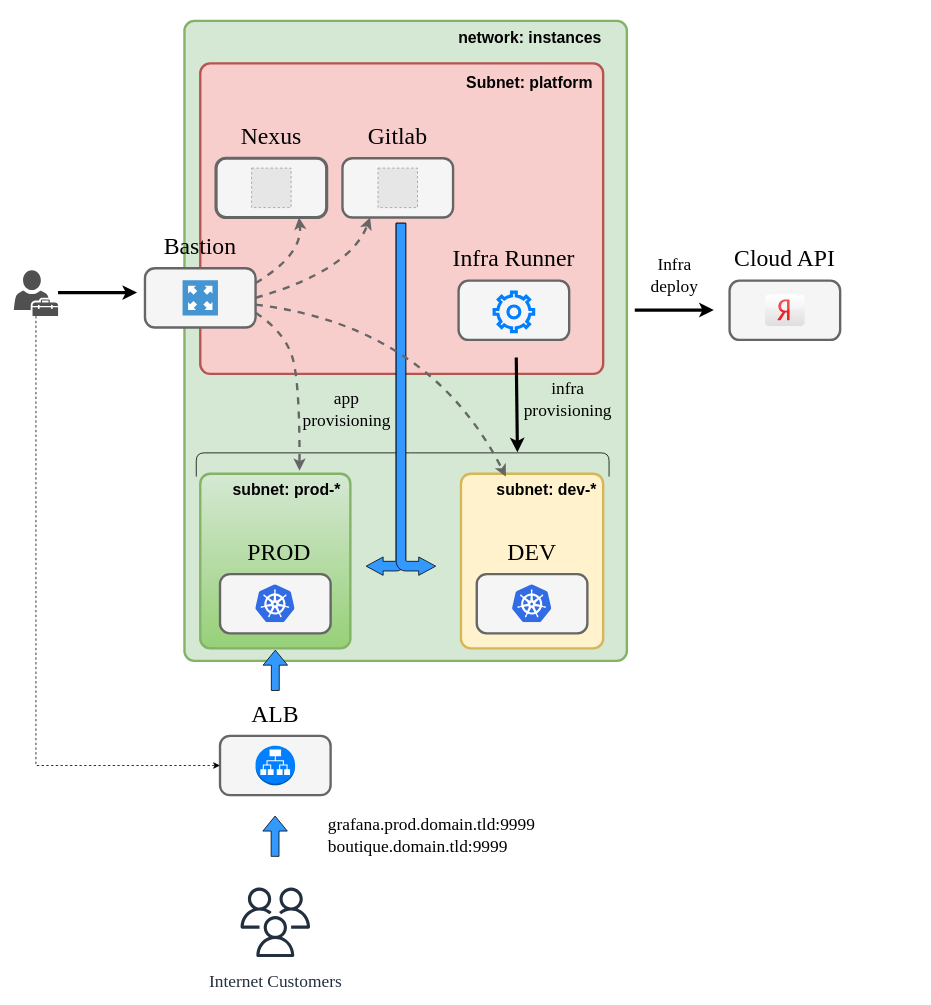
This is docs/scheme.drawio from Kraktorist/build-stack, a draw.io file, before an edit. Source tidied: cells renumbered, new cells numbered last; positions are measured from the earlier drawing's top-left corner, leaving out a move shared by most shapes. Both pictures are drawn from the tidied source at 79%, with x=0, y=0 at pixel (13, 17). Pictures stored in the file or linked from it are replaced by grey dashed boxes.
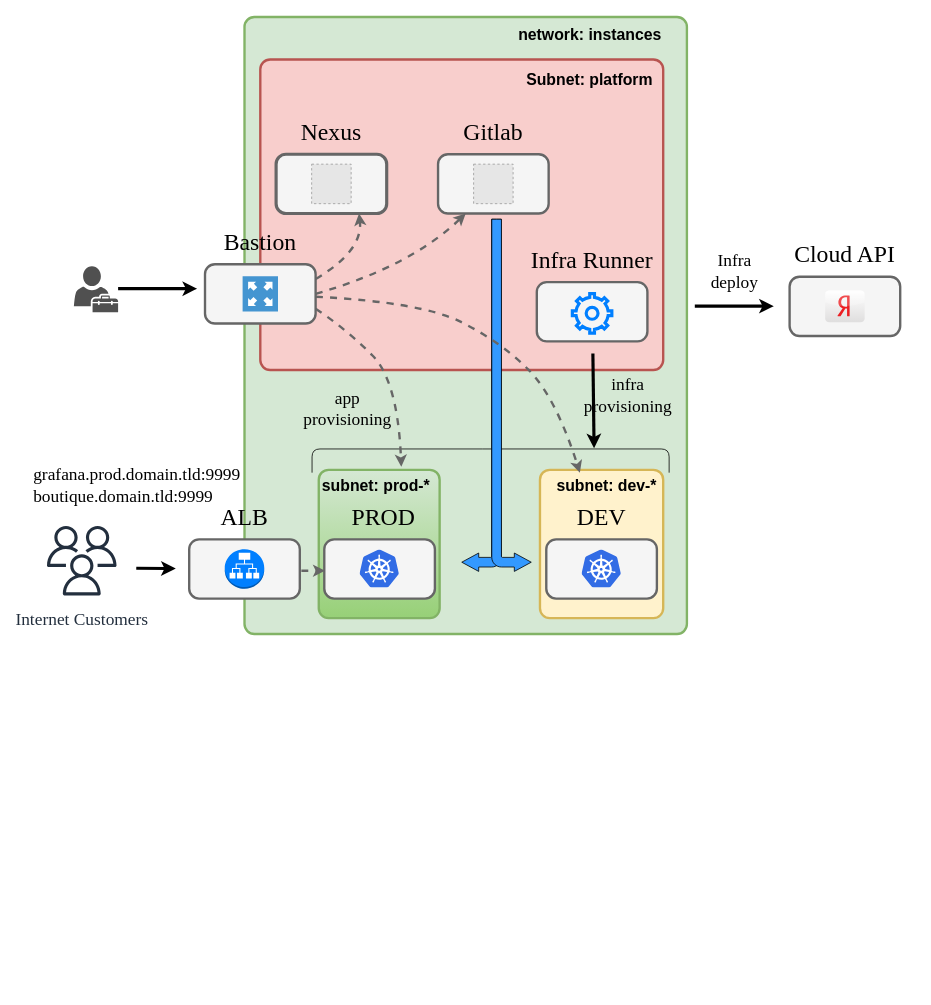
The same diagram, later.

Commit message (it also covers changes not shown here):
docs scheme formatting

Unchanged cells that the change refers to:
```xml
<mxCell id="9" style="rounded=1;fontSize=26;arcSize=25;absoluteArcSize=1;fillColor=#f5f5f5;fontColor=#000000;strokeColor=#666666;align=right;fontStyle=1;verticalAlign=middle;horizontal=1;html=1;whiteSpace=wrap;fontFamily=Times New Roman;spacingRight=14;spacingBottom=10;strokeWidth=3;" parent="8" vertex="1">
  <mxGeometry width="140" height="75" as="geometry" />
</mxCell>
<mxCell id="19" style="rounded=1;fontSize=26;arcSize=25;absoluteArcSize=1;fillColor=#f5f5f5;fontColor=#000000;strokeColor=#666666;align=right;fontStyle=1;verticalAlign=middle;horizontal=1;html=1;whiteSpace=wrap;fontFamily=Times New Roman;spacingRight=14;spacingBottom=10;strokeWidth=4;" parent="18" vertex="1">
  <mxGeometry width="140" height="75" as="geometry" />
</mxCell>
<mxCell id="36" style="rounded=1;fontSize=26;arcSize=25;absoluteArcSize=1;fillColor=#f5f5f5;fontColor=#000000;strokeColor=#666666;align=right;fontStyle=1;verticalAlign=middle;horizontal=1;html=1;whiteSpace=wrap;fontFamily=Times New Roman;spacingRight=14;spacingBottom=10;strokeWidth=3;" parent="35" vertex="1">
  <mxGeometry width="140" height="75" as="geometry" />
</mxCell>
<mxCell id="61" style="rounded=1;fontSize=26;arcSize=25;absoluteArcSize=1;fillColor=#f5f5f5;fontColor=#000000;strokeColor=#666666;align=right;fontStyle=1;verticalAlign=middle;horizontal=1;html=1;whiteSpace=wrap;fontFamily=Times New Roman;spacingRight=14;spacingBottom=10;strokeWidth=3;" parent="60" vertex="1">
  <mxGeometry width="140" height="75" as="geometry" />
</mxCell>
<mxCell id="63" value="ALB" style="text;html=1;strokeColor=none;fillColor=none;align=center;verticalAlign=middle;whiteSpace=wrap;rounded=0;labelBackgroundColor=none;sketch=0;strokeWidth=4;fontFamily=Times New Roman;fontSize=30;fontColor=default;" parent="59" vertex="1">
  <mxGeometry x="15" width="110" height="57" as="geometry" />
</mxCell>
```

Change to the diagram source:
```diff
@@
     <mxCell id="2" style="rounded=1;whiteSpace=wrap;html=1;fillColor=#d5e8d4;strokeColor=#82b366;absoluteArcSize=1;arcSize=25;strokeWidth=3;" parent="1" vertex="1">
-      <mxGeometry x="216" y="4" width="560" height="810" as="geometry" />
+      <mxGeometry x="292" y="-1" width="560" height="781" as="geometry" />
     </mxCell>
     <mxCell id="3" style="rounded=1;whiteSpace=wrap;html=1;fillColor=#f8cecc;strokeColor=#b85450;absoluteArcSize=1;arcSize=25;fontColor=#000000;strokeWidth=3;" parent="1" vertex="1">
-      <mxGeometry x="236" y="57.8" width="510" height="393" as="geometry" />
+      <mxGeometry x="312" y="52.8" width="510" height="393" as="geometry" />
     </mxCell>
     <mxCell id="4" style="rounded=1;whiteSpace=wrap;html=1;fillColor=#fff2cc;strokeColor=#d6b656;absoluteArcSize=1;arcSize=25;fontColor=#000000;strokeWidth=3;" parent="1" vertex="1">
-      <mxGeometry x="566" y="577.2" width="180" height="221" as="geometry" />
+      <mxGeometry x="666" y="572.2" width="156" height="187.8" as="geometry" />
     </mxCell>
     <mxCell id="5" value="subnet: dev-*" style="text;html=1;strokeColor=none;fillColor=none;align=right;verticalAlign=middle;whiteSpace=wrap;rounded=0;fontSize=20;fontStyle=1;fontColor=#000000;" parent="1" vertex="1">
-      <mxGeometry x="600" y="577.2" width="140" height="40" as="geometry" />
+      <mxGeometry x="676" y="572.2" width="140" height="40" as="geometry" />
     </mxCell>
     <mxCell id="6" value="Subnet: platform" style="text;html=1;strokeColor=none;fillColor=none;align=center;verticalAlign=middle;whiteSpace=wrap;rounded=0;fontSize=20;fontStyle=1;fontColor=#000000;" parent="1" vertex="1">
-      <mxGeometry x="566" y="57" width="174" height="50" as="geometry" />
+      <mxGeometry x="642" y="52" width="174" height="50" as="geometry" />
     </mxCell>
     <mxCell id="7" style="group;" parent="1" vertex="1">
-      <mxGeometry x="166" y="260" width="140" height="132" as="geometry" />
+      <mxGeometry x="242" y="255" width="140" height="132" as="geometry" />
     </mxCell>
@@
     <mxCell id="12" style="group;strokeWidth=3;" parent="1" vertex="1">
-      <mxGeometry x="563" y="275.8" width="180" height="132" as="geometry" />
+      <mxGeometry x="662" y="277.6" width="180" height="132" as="geometry" />
     </mxCell>
@@
     <mxCell id="17" style="group;" parent="1" vertex="1">
-      <mxGeometry x="256" y="120.8" width="180" height="132" as="geometry" />
+      <mxGeometry x="332" y="115.8" width="180" height="132" as="geometry" />
     </mxCell>
@@
     <mxCell id="22" style="group;" parent="1" vertex="1">
-      <mxGeometry x="586" y="647.2" width="180" height="132" as="geometry" />
+      <mxGeometry x="674" y="603.2" width="180" height="132" as="geometry" />
     </mxCell>
@@
     <mxCell id="27" style="rounded=1;whiteSpace=wrap;html=1;fillColor=#d5e8d4;strokeColor=#82b366;absoluteArcSize=1;arcSize=25;gradientColor=#97d077;strokeWidth=3;" parent="1" vertex="1">
-      <mxGeometry x="236" y="577.2" width="190" height="221" as="geometry" />
+      <mxGeometry x="386" y="572.2" width="153" height="187.8" as="geometry" />
     </mxCell>
     <mxCell id="28" value="subnet: prod-*" style="text;html=1;strokeColor=none;fillColor=none;align=right;verticalAlign=middle;whiteSpace=wrap;rounded=0;fontSize=20;fontStyle=1;fontColor=#000000;" parent="1" vertex="1">
-      <mxGeometry x="256" y="577.2" width="160" height="40" as="geometry" />
+      <mxGeometry x="369" y="572.2" width="160" height="40" as="geometry" />
     </mxCell>
     <mxCell id="29" style="group;" parent="1" vertex="1">
-      <mxGeometry x="296" y="647.2" width="180" height="132" as="geometry" />
+      <mxGeometry x="428" y="603.2" width="180" height="132" as="geometry" />
     </mxCell>
@@
     <mxCell id="34" style="group;" parent="1" vertex="1">
-      <mxGeometry x="406" y="120.8" width="160" height="132" as="geometry" />
+      <mxGeometry x="527" y="115.8" width="160" height="132" as="geometry" />
     </mxCell>
@@
     <mxCell id="39" style="group;" parent="1" vertex="1">
-      <mxGeometry x="896" y="275.8" width="172.4" height="145.7" as="geometry" />
+      <mxGeometry x="972" y="270.8" width="172.4" height="145.7" as="geometry" />
     </mxCell>
@@
     <mxCell id="44" value="Infra&lt;br style=&quot;font-size: 22px;&quot;&gt;deploy" style="text;html=1;align=center;verticalAlign=middle;strokeColor=none;fillColor=none;fontSize=22;fontFamily=Times New Roman;fontColor=default;" parent="1" vertex="1">
-      <mxGeometry x="796" y="291" width="80" height="70" as="geometry" />
+      <mxGeometry x="872" y="286" width="80" height="70" as="geometry" />
     </mxCell>
-    <mxCell id="45" style="endArrow=none;html=1;rounded=0;fontFamily=Times New Roman;fontSize=30;fontColor=default;strokeWidth=4;startArrow=classic;startFill=1;endFill=0;exitX=-0.025;exitY=0.778;exitDx=0;exitDy=0;exitPerimeter=0;" parent="1" edge="1" source="47">
+    <mxCell id="45" style="endArrow=none;html=1;rounded=0;fontFamily=Times New Roman;fontSize=30;fontColor=default;strokeWidth=4;startArrow=classic;startFill=1;endFill=0;exitX=-0.025;exitY=0.778;exitDx=0;exitDy=0;exitPerimeter=0;" parent="1" edge="1">
       <mxGeometry relative="1" as="geometry">
-        <mxPoint x="636" y="430" as="targetPoint" />
+        <mxPoint x="734.5" y="545" as="sourcePoint" />
+        <mxPoint x="733" y="425" as="targetPoint" />
       </mxGeometry>
     </mxCell>
     <mxCell id="46" value="infra&lt;br&gt;provisioning" style="text;html=1;align=center;verticalAlign=middle;strokeColor=none;fillColor=none;fontSize=22;fontFamily=Times New Roman;fontColor=default;" parent="1" vertex="1">
-      <mxGeometry x="636" y="447.9" width="130" height="70" as="geometry" />
+      <mxGeometry x="712" y="442.9" width="130" height="70" as="geometry" />
     </mxCell>
     <mxCell id="47" style="shape=curlyBracket;whiteSpace=wrap;html=1;rounded=1;flipH=1;labelBackgroundColor=none;sketch=0;strokeColor=default;strokeWidth=1;fontFamily=Times New Roman;fontSize=22;fontColor=default;fillColor=#3399FF;rotation=-90;size=0;" parent="1" vertex="1">
-      <mxGeometry x="477.2" y="304.5" width="30" height="522.5" as="geometry" />
+      <mxGeometry x="588.5" y="334.8" width="30" height="452" as="geometry" />
     </mxCell>
     <mxCell id="48" style="group;" parent="1" vertex="1">
-      <mxGeometry x="446" y="260" width="88" height="445.8" as="geometry" />
+      <mxGeometry x="567" y="255" width="88" height="445.8" as="geometry" />
     </mxCell>
@@
     <mxCell id="51" value="app&lt;br&gt;provisioning" style="text;html=1;align=center;verticalAlign=middle;strokeColor=none;fillColor=none;fontSize=22;fontFamily=Times New Roman;fontColor=default;" parent="1" vertex="1">
-      <mxGeometry x="356" y="460.8" width="130" height="70" as="geometry" />
+      <mxGeometry x="357" y="460" width="130" height="70" as="geometry" />
     </mxCell>
     <mxCell id="52" style="endArrow=classic;html=1;rounded=0;fontFamily=Times New Roman;fontSize=30;fontColor=default;strokeWidth=4;" parent="1" edge="1">
       <mxGeometry relative="1" as="geometry">
-        <mxPoint x="786" y="370" as="sourcePoint" />
-        <mxPoint x="886" y="370" as="targetPoint" />
+        <mxPoint x="862" y="365" as="sourcePoint" />
+        <mxPoint x="962" y="365" as="targetPoint" />
       </mxGeometry>
     </mxCell>
     <mxCell id="53" value="network: instances" style="text;html=1;strokeColor=none;fillColor=none;align=center;verticalAlign=middle;whiteSpace=wrap;rounded=0;fontSize=20;fontStyle=1;fontColor=#000000;" parent="1" vertex="1">
-      <mxGeometry x="554.5" width="197" height="50" as="geometry" />
+      <mxGeometry x="630.5" y="-5" width="197" height="50" as="geometry" />
     </mxCell>
     <mxCell id="54" style="curved=1;endArrow=classic;html=1;rounded=0;exitX=1;exitY=0.25;exitDx=0;exitDy=0;entryX=0.75;entryY=1;entryDx=0;entryDy=0;strokeColor=#666666;strokeWidth=3;dashed=1;" parent="1" edge="1" source="9" target="19">
       <mxGeometry relative="1" as="geometry">
         <Array as="points">
-          <mxPoint x="366" y="300" />
+          <mxPoint x="442" y="295" />
         </Array>
       </mxGeometry>
     </mxCell>
     <mxCell id="55" style="curved=1;endArrow=classic;html=1;rounded=0;exitX=1;exitY=0.5;exitDx=0;exitDy=0;entryX=0.25;entryY=1;entryDx=0;entryDy=0;strokeColor=#666666;strokeWidth=3;dashed=1;" parent="1" edge="1" source="9" target="36">
       <mxGeometry relative="1" as="geometry">
         <Array as="points">
-          <mxPoint x="426" y="320" />
+          <mxPoint x="502" y="315" />
         </Array>
       </mxGeometry>
     </mxCell>
     <mxCell id="56" style="curved=1;endArrow=classic;html=1;rounded=0;entryX=0;entryY=0.75;entryDx=0;entryDy=0;strokeColor=#666666;strokeWidth=3;dashed=1;" parent="1" edge="1" source="9" target="47">
       <mxGeometry relative="1" as="geometry">
         <Array as="points">
-          <mxPoint x="526" y="390" />
+          <mxPoint x="516" y="360" />
+          <mxPoint x="616" y="410" />
+          <mxPoint x="686" y="480" />
         </Array>
       </mxGeometry>
     </mxCell>
-    <mxCell id="57" style="curved=1;endArrow=classic;html=1;rounded=0;exitX=1;exitY=0.75;exitDx=0;exitDy=0;entryX=0.75;entryY=0.25;entryDx=0;entryDy=0;entryPerimeter=0;strokeColor=#666666;strokeWidth=3;dashed=1;" parent="1" edge="1" source="9" target="47">
+    <mxCell id="57" style="curved=1;endArrow=classic;html=1;rounded=0;exitX=1;exitY=0.75;exitDx=0;exitDy=0;strokeColor=#666666;strokeWidth=3;dashed=1;entryX=0.75;entryY=0.25;entryDx=0;entryDy=0;entryPerimeter=0;" parent="1" edge="1" source="9" target="47">
       <mxGeometry relative="1" as="geometry">
         <Array as="points">
-          <mxPoint x="346" y="400" />
-          <mxPoint x="362" y="470" />
+          <mxPoint x="422" y="395" />
+          <mxPoint x="486" y="460" />
         </Array>
       </mxGeometry>
     </mxCell>
     <mxCell id="58" style="endArrow=classic;html=1;rounded=0;fontFamily=Times New Roman;fontSize=30;fontColor=default;strokeWidth=4;" parent="1" edge="1">
       <mxGeometry relative="1" as="geometry">
-        <mxPoint x="56" y="347.9" as="sourcePoint" />
-        <mxPoint x="156" y="347.9" as="targetPoint" />
+        <mxPoint x="132" y="342.9" as="sourcePoint" />
+        <mxPoint x="232" y="342.9" as="targetPoint" />
       </mxGeometry>
     </mxCell>
     <mxCell id="59" style="group;" parent="1" vertex="1">
-      <mxGeometry x="261" y="852" width="180" height="132" as="geometry" />
+      <mxGeometry x="222" y="603.2" width="180" height="132" as="geometry" />
     </mxCell>
@@
-    <mxCell id="64" style="shape=flexArrow;endArrow=classic;html=1;rounded=0;strokeColor=#000000;fillColor=#3399FF;" parent="1" edge="1" source="63">
-      <mxGeometry relative="1" as="geometry">
-        <mxPoint x="331" y="800" as="targetPoint" />
-      </mxGeometry>
-    </mxCell>
     <mxCell id="65" value="grafana.prod.domain.tld:9999&lt;br&gt;boutique.domain.tld:9999" style="text;html=1;align=left;verticalAlign=middle;strokeColor=none;fillColor=none;fontSize=22;fontFamily=Times New Roman;fontColor=default;" parent="1" vertex="1">
-      <mxGeometry x="396" y="1000" width="290" height="70" as="geometry" />
+      <mxGeometry x="23" y="557.2" width="290" height="70" as="geometry" />
     </mxCell>
-    <mxCell id="66" style="edgeStyle=orthogonalEdgeStyle;rounded=0;jettySize=auto;html=1;entryX=0;entryY=0.5;entryDx=0;entryDy=0;dashed=1;strokeColor=#000000;fontFamily=Times New Roman;fontSize=22;fillColor=#3399FF;" parent="1" edge="1" source="67" target="61">
-      <mxGeometry relative="1" as="geometry">
-        <Array as="points">
-          <mxPoint x="28" y="947" />
-          <mxPoint x="261" y="947" />
-        </Array>
-      </mxGeometry>
-    </mxCell>
     <mxCell id="67" style="sketch=0;shadow=0;dashed=0;html=1;strokeColor=none;fillColor=#505050;labelPosition=center;verticalLabelPosition=bottom;verticalAlign=top;outlineConnect=0;align=center;shape=mxgraph.office.users.tenant_admin;" parent="1" vertex="1">
-      <mxGeometry y="319.6" width="56" height="58" as="geometry" />
+      <mxGeometry x="76" y="314.6" width="56" height="58" as="geometry" />
     </mxCell>
     <mxCell id="68" value="Internet Customers&lt;br style=&quot;font-size: 22px;&quot;&gt;" style="sketch=0;fontColor=#232F3E;gradientColor=none;strokeColor=#232F3E;fillColor=#ffffff;dashed=0;verticalLabelPosition=bottom;verticalAlign=top;align=center;html=1;fontSize=22;fontStyle=0;shape=mxgraph.aws4.resourceIcon;resIcon=mxgraph.aws4.users;fontFamily=Times New Roman;" parent="1" vertex="1">
-      <mxGeometry x="276" y="1090" width="110" height="110" as="geometry" />
+      <mxGeometry x="31" y="632.2" width="110" height="110" as="geometry" />
     </mxCell>
-    <mxCell id="69" style="shape=flexArrow;endArrow=classic;html=1;rounded=0;strokeColor=#000000;fillColor=#3399FF;" parent="1" edge="1">
-      <mxGeometry relative="1" as="geometry">
-        <mxPoint x="330.7" y="1062" as="sourcePoint" />
-        <mxPoint x="330.7" y="1010" as="targetPoint" />
-      </mxGeometry>
-    </mxCell>
+    <mxCell id="70" style="endArrow=classic;html=1;rounded=0;fontFamily=Times New Roman;fontSize=30;fontColor=default;strokeWidth=4;" parent="1" edge="1">
+      <mxGeometry relative="1" as="geometry">
+        <mxPoint x="155" y="696.8" as="sourcePoint" />
+        <mxPoint x="205" y="697.2" as="targetPoint" />
+      </mxGeometry>
+    </mxCell>
+    <mxCell id="71" style="curved=1;endArrow=classic;html=1;rounded=0;strokeColor=#666666;strokeWidth=3;dashed=1;" parent="1" edge="1">
+      <mxGeometry relative="1" as="geometry">
+        <mxPoint x="364" y="700" as="sourcePoint" />
+        <mxPoint x="394" y="700" as="targetPoint" />
+      </mxGeometry>
+    </mxCell>
```
